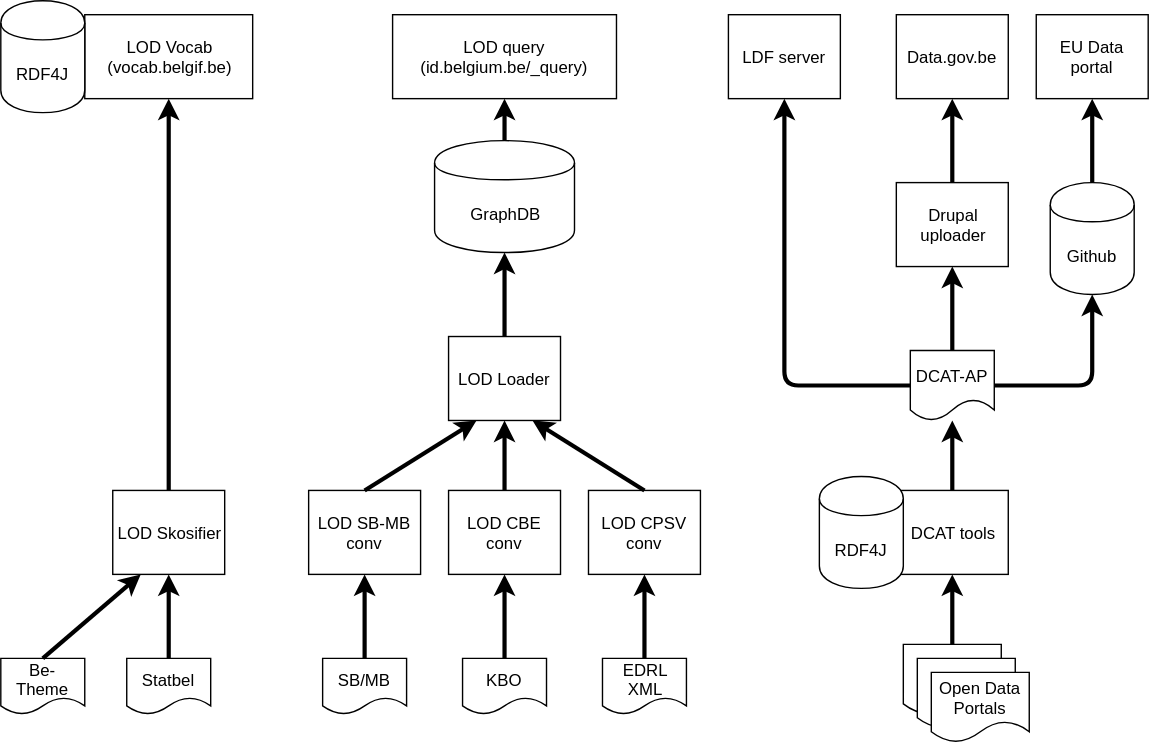
Before: LOD_Flows.svg, a diagram exported from draw.io (Fedict/lod-docs). Source tidied: cells renumbered, new cells last; positions are measured from the earlier drawing's top-left corner, leaving out a move shared by most shapes. The source it was exported from:
```xml
<mxGraphModel background="#ffffff">
  <root>
    <mxCell id="0" />
    <mxCell id="1" parent="0" />
    <mxCell id="2" value="Statbel" style="shape=document;whiteSpace=wrap;html=1;boundedLbl=1;" parent="1" vertex="1">
      <mxGeometry x="90" y="470" width="60" height="40" as="geometry" />
    </mxCell>
    <mxCell id="3" value="KBO" style="shape=document;whiteSpace=wrap;html=1;boundedLbl=1;" parent="1" vertex="1">
      <mxGeometry x="330" y="470" width="60" height="40" as="geometry" />
    </mxCell>
    <mxCell id="4" value="SB/MB" style="shape=document;whiteSpace=wrap;html=1;boundedLbl=1;" parent="1" vertex="1">
      <mxGeometry x="230" y="470" width="60" height="40" as="geometry" />
    </mxCell>
    <mxCell id="5" value="LOD CBE conv" style="rounded=0;whiteSpace=wrap;html=1;" parent="1" vertex="1">
      <mxGeometry x="320" y="350" width="80" height="60" as="geometry" />
    </mxCell>
    <mxCell id="6" value="LOD Skosifier" style="rounded=0;whiteSpace=wrap;html=1;" parent="1" vertex="1">
      <mxGeometry x="80" y="350" width="80" height="60" as="geometry" />
    </mxCell>
    <mxCell id="7" value="LOD SB-MB conv" style="rounded=0;whiteSpace=wrap;html=1;" parent="1" vertex="1">
      <mxGeometry x="220" y="350" width="80" height="60" as="geometry" />
    </mxCell>
    <mxCell id="8" value="LOD Loader" style="rounded=0;whiteSpace=wrap;html=1;" parent="1" vertex="1">
      <mxGeometry x="320" y="240" width="80" height="60" as="geometry" />
    </mxCell>
    <mxCell id="9" value="GraphDB" style="shape=cylinder;whiteSpace=wrap;html=1;boundedLbl=1;" parent="1" vertex="1">
      <mxGeometry x="310" y="100" width="100" height="80" as="geometry" />
    </mxCell>
    <mxCell id="10" style="endArrow=classic;html=1;exitX=0.5;exitY=0;entryX=0.25;entryY=1;strokeWidth=3;" parent="1" edge="1" source="7" target="8">
      <mxGeometry relative="1" as="geometry" />
    </mxCell>
    <mxCell id="11" style="endArrow=classic;html=1;exitX=0.5;exitY=0;entryX=0.5;entryY=1;strokeWidth=3;" parent="1" edge="1" source="5" target="8">
      <mxGeometry relative="1" as="geometry" />
    </mxCell>
    <mxCell id="12" style="endArrow=classic;html=1;exitX=0.5;exitY=0;strokeWidth=3;" parent="1" edge="1" source="8" target="9">
      <mxGeometry relative="1" as="geometry" />
    </mxCell>
    <mxCell id="13" value="LOD query&lt;div&gt;(id.belgium.be/_&lt;span&gt;query)&lt;/span&gt;&lt;/div&gt;" style="rounded=0;whiteSpace=wrap;html=1;" parent="1" vertex="1">
      <mxGeometry x="280" y="10" width="160" height="60" as="geometry" />
    </mxCell>
    <mxCell id="14" style="endArrow=classic;html=1;exitX=0.5;exitY=0;strokeWidth=3;entryX=0.5;entryY=1;" parent="1" edge="1" source="9" target="13">
      <mxGeometry relative="1" as="geometry" />
    </mxCell>
    <mxCell id="15" style="endArrow=classic;html=1;strokeWidth=3;exitX=0.5;exitY=0;entryX=0.5;entryY=1;" parent="1" edge="1" source="4" target="7">
      <mxGeometry relative="1" as="geometry" />
    </mxCell>
    <mxCell id="16" style="endArrow=classic;html=1;strokeWidth=3;exitX=0.5;exitY=0;entryX=0.5;entryY=1;" parent="1" edge="1" source="3" target="5">
      <mxGeometry relative="1" as="geometry" />
    </mxCell>
    <mxCell id="17" style="endArrow=classic;html=1;strokeWidth=3;exitX=0.5;exitY=0;entryX=0.5;entryY=1;" parent="1" edge="1" source="2" target="6">
      <mxGeometry relative="1" as="geometry" />
    </mxCell>
    <mxCell id="18" value="LOD Vocab&lt;div&gt;(vocab.belgif.be)&lt;/div&gt;" style="rounded=0;whiteSpace=wrap;html=1;" parent="1" vertex="1">
      <mxGeometry x="60" y="10" width="120" height="60" as="geometry" />
    </mxCell>
    <mxCell id="19" value="RDF4J" style="shape=cylinder;whiteSpace=wrap;html=1;boundedLbl=1;" parent="1" vertex="1">
      <mxGeometry width="60" height="80" as="geometry" />
    </mxCell>
    <mxCell id="20" style="endArrow=classic;html=1;exitX=0.5;exitY=0;entryX=0.5;entryY=1;strokeWidth=3;" parent="1" edge="1" source="6" target="18">
      <mxGeometry relative="1" as="geometry" />
    </mxCell>
    <mxCell id="21" value="DCAT tools" style="rounded=0;whiteSpace=wrap;html=1;" parent="1" vertex="1">
      <mxGeometry x="640" y="350" width="80" height="60" as="geometry" />
    </mxCell>
    <mxCell id="22" style="shape=document;whiteSpace=wrap;html=1;boundedLbl=1;" parent="1" vertex="1">
      <mxGeometry x="645" y="460" width="70" height="50" as="geometry" />
    </mxCell>
    <mxCell id="23" style="shape=document;whiteSpace=wrap;html=1;boundedLbl=1;" parent="1" vertex="1">
      <mxGeometry x="655" y="470" width="70" height="50" as="geometry" />
    </mxCell>
    <mxCell id="24" value="Open Data Portals" style="shape=document;whiteSpace=wrap;html=1;boundedLbl=1;" parent="1" vertex="1">
      <mxGeometry x="665" y="480" width="70" height="50" as="geometry" />
    </mxCell>
    <mxCell id="25" style="endArrow=classic;html=1;strokeWidth=3;exitX=0.5;exitY=0;" parent="1" edge="1" source="22" target="21">
      <mxGeometry relative="1" as="geometry" />
    </mxCell>
    <mxCell id="26" value="Drupal&lt;div&gt;uploader&lt;/div&gt;" style="rounded=0;whiteSpace=wrap;html=1;" parent="1" vertex="1">
      <mxGeometry x="640" y="130" width="80" height="60" as="geometry" />
    </mxCell>
    <mxCell id="27" value="Data.gov.be" style="rounded=0;whiteSpace=wrap;html=1;" parent="1" vertex="1">
      <mxGeometry x="640" y="10" width="80" height="60" as="geometry" />
    </mxCell>
    <mxCell id="28" style="endArrow=classic;html=1;exitX=0.5;exitY=0;strokeWidth=3;entryX=0.5;entryY=1;" parent="1" edge="1" source="26" target="27">
      <mxGeometry relative="1" as="geometry" />
    </mxCell>
    <mxCell id="29" style="edgeStyle=orthogonalEdgeStyle;rounded=0;html=1;entryX=0.5;entryY=1;jettySize=auto;strokeWidth=3;" parent="1" edge="1" source="30" target="26">
      <mxGeometry relative="1" as="geometry" />
    </mxCell>
    <mxCell id="30" value="DCAT-AP" style="shape=document;whiteSpace=wrap;html=1;boundedLbl=1;" parent="1" vertex="1">
      <mxGeometry x="650" y="250" width="60" height="50" as="geometry" />
    </mxCell>
    <mxCell id="31" style="endArrow=classic;html=1;strokeWidth=3;exitX=0.5;exitY=0;" parent="1" edge="1" source="21" target="30">
      <mxGeometry relative="1" as="geometry" />
    </mxCell>
    <mxCell id="32" style="endArrow=classic;html=1;strokeWidth=3;exitX=1;exitY=0.5;entryX=0.5;entryY=1;" parent="1" edge="1" source="30" target="36">
      <mxGeometry relative="1" as="geometry">
        <Array as="points">
          <mxPoint x="780" y="275" />
        </Array>
      </mxGeometry>
    </mxCell>
    <mxCell id="33" value="EU Data portal" style="rounded=0;whiteSpace=wrap;html=1;" parent="1" vertex="1">
      <mxGeometry x="740" y="10" width="80" height="60" as="geometry" />
    </mxCell>
    <mxCell id="34" value="LDF server" style="rounded=0;whiteSpace=wrap;html=1;" parent="1" vertex="1">
      <mxGeometry x="520" y="10" width="80" height="60" as="geometry" />
    </mxCell>
    <mxCell id="35" style="endArrow=classic;html=1;strokeWidth=3;exitX=0;exitY=0.5;entryX=0.5;entryY=1;" parent="1" edge="1" source="30" target="34">
      <mxGeometry relative="1" as="geometry">
        <Array as="points">
          <mxPoint x="560" y="275" />
        </Array>
      </mxGeometry>
    </mxCell>
    <mxCell id="36" value="Github" style="shape=cylinder;whiteSpace=wrap;html=1;boundedLbl=1;" parent="1" vertex="1">
      <mxGeometry x="750" y="130" width="60" height="80" as="geometry" />
    </mxCell>
    <mxCell id="37" style="endArrow=classic;html=1;strokeWidth=3;exitX=0.5;exitY=0;entryX=0.5;entryY=1;" parent="1" edge="1" source="36" target="33">
      <mxGeometry relative="1" as="geometry" />
    </mxCell>
    <mxCell id="38" value="RDF4J" style="shape=cylinder;whiteSpace=wrap;html=1;boundedLbl=1;" parent="1" vertex="1">
      <mxGeometry x="585" y="340" width="60" height="80" as="geometry" />
    </mxCell>
    <mxCell id="39" value="EDRL&lt;div&gt;XML&lt;/div&gt;" style="shape=document;whiteSpace=wrap;html=1;boundedLbl=1;" parent="1" vertex="1">
      <mxGeometry x="430" y="470" width="60" height="40" as="geometry" />
    </mxCell>
    <mxCell id="40" value="LOD CPSV conv" style="rounded=0;whiteSpace=wrap;html=1;" parent="1" vertex="1">
      <mxGeometry x="420" y="350" width="80" height="60" as="geometry" />
    </mxCell>
    <mxCell id="41" style="endArrow=classic;html=1;strokeWidth=3;exitX=0.5;exitY=0;entryX=0.5;entryY=1;" parent="1" edge="1" source="39" target="40">
      <mxGeometry relative="1" as="geometry" />
    </mxCell>
    <mxCell id="42" style="endArrow=classic;html=1;exitX=0.5;exitY=0;entryX=0.75;entryY=1;strokeWidth=3;" parent="1" edge="1" source="40" target="8">
      <mxGeometry relative="1" as="geometry" />
    </mxCell>
    <mxCell id="43" value="Be-Theme" style="shape=document;whiteSpace=wrap;html=1;boundedLbl=1;" parent="1" vertex="1">
      <mxGeometry y="470" width="60" height="40" as="geometry" />
    </mxCell>
    <mxCell id="44" style="endArrow=classic;html=1;strokeWidth=3;exitX=0.5;exitY=0;entryX=0.25;entryY=1;" parent="1" edge="1" source="43" target="6">
      <mxGeometry relative="1" as="geometry" />
    </mxCell>
  </root>
</mxGraphModel>
```
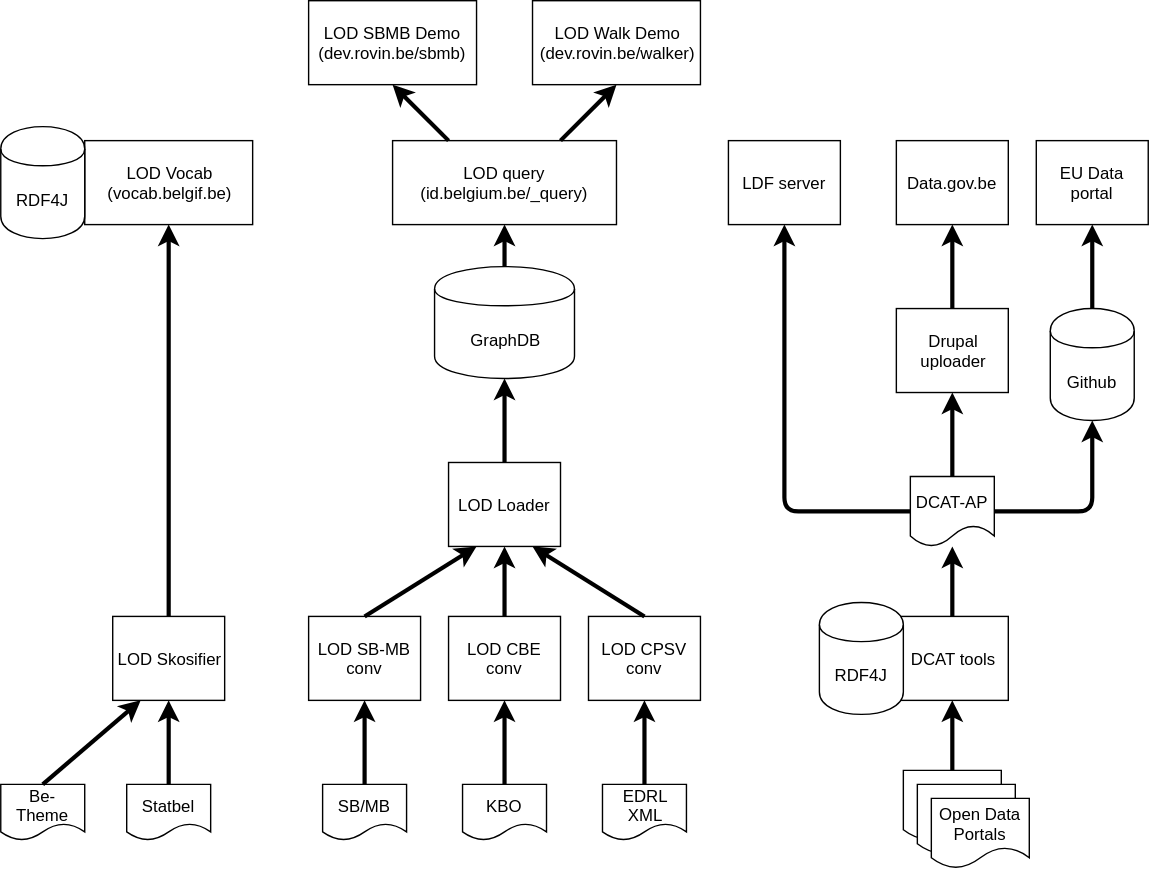
Later version of the same file.

Change to the diagram source:
```diff
@@ -139,5 +139,17 @@
     <mxCell id="44" style="endArrow=classic;html=1;strokeWidth=3;exitX=0.5;exitY=0;entryX=0.25;entryY=1;" parent="1" edge="1" source="43" target="6">
       <mxGeometry relative="1" as="geometry" />
     </mxCell>
+    <mxCell id="45" value="LOD SBMB Demo&lt;div&gt;(dev.rovin.be/sbmb)&lt;/div&gt;" style="rounded=0;whiteSpace=wrap;html=1;" parent="1" vertex="1">
+      <mxGeometry x="220" y="-90" width="120" height="60" as="geometry" />
+    </mxCell>
+    <mxCell id="46" value="LOD Walk Demo&lt;div&gt;(dev.rovin.be/walker)&lt;/div&gt;" style="rounded=0;whiteSpace=wrap;html=1;" parent="1" vertex="1">
+      <mxGeometry x="380" y="-90" width="120" height="60" as="geometry" />
+    </mxCell>
+    <mxCell id="47" style="endArrow=classic;html=1;strokeWidth=3;entryX=0.5;entryY=1;exitX=0.75;exitY=0;" parent="1" edge="1" source="13" target="46">
+      <mxGeometry relative="1" as="geometry" />
+    </mxCell>
+    <mxCell id="48" style="endArrow=classic;html=1;strokeWidth=3;entryX=0.5;entryY=1;exitX=0.25;exitY=0;" parent="1" edge="1" source="13" target="45">
+      <mxGeometry relative="1" as="geometry" />
+    </mxCell>
   </root>
 </mxGraphModel>
```
